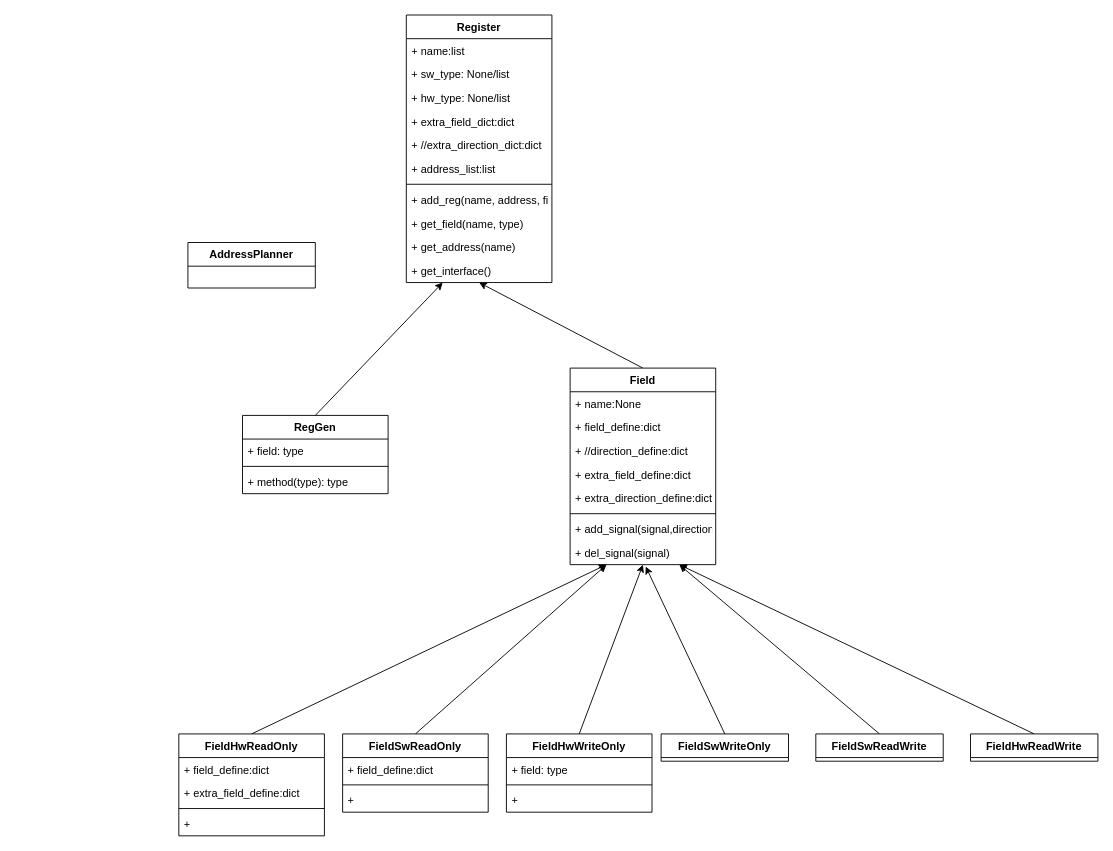
The draw.io diagram doc/uhdl_uml.drawio in fliibs/address_planner, before the edit. Source tidied: cells renumbered, new cells numbered last; positions are measured from the earlier drawing's top-left corner, leaving out a move shared by most shapes. Both pictures are drawn from the tidied source at 91%, with x=0, y=0 at pixel (178, 15).
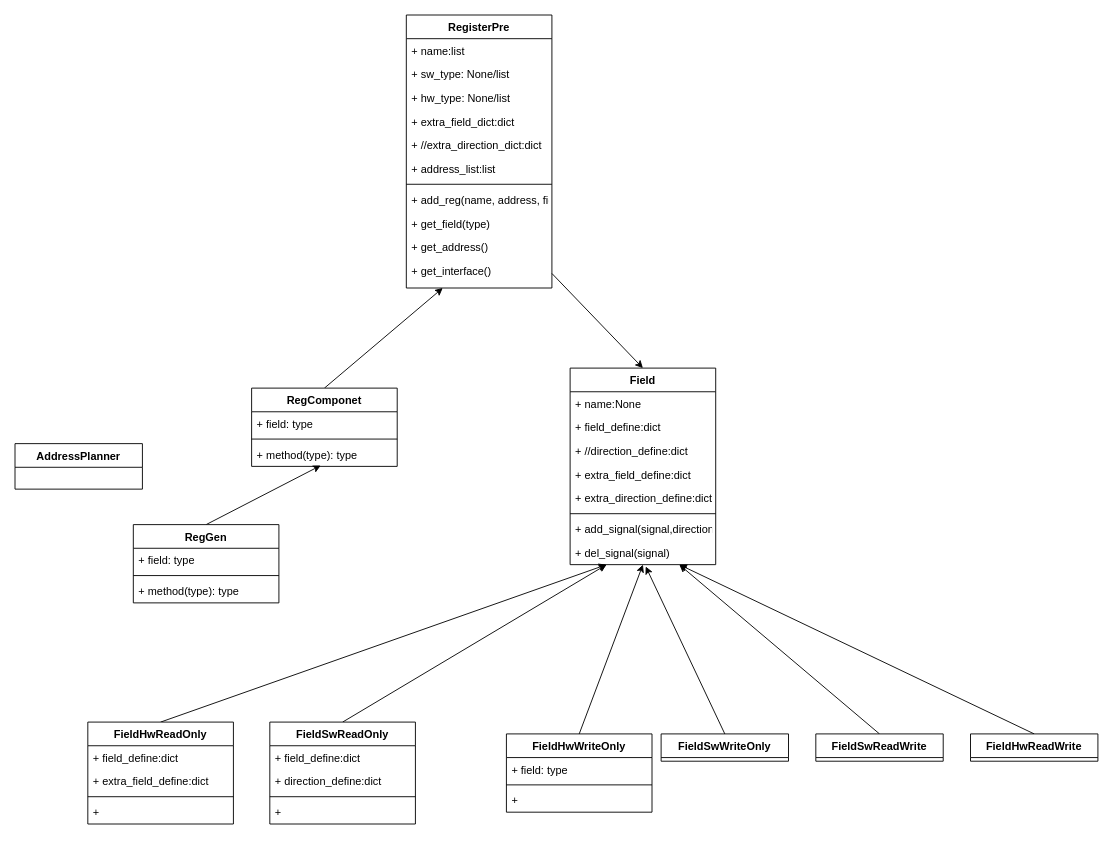
The same diagram, later.

Commit message:
uhdl_uml add component

The change refers to these unchanged cells:
```xml
<mxCell id="3" value="Field" style="swimlane;fontStyle=1;align=center;verticalAlign=top;horizontal=1;startSize=26;" parent="1" vertex="1">
  <mxGeometry x="430" y="388" width="160" height="216" as="geometry" />
</mxCell>
<mxCell id="51" value="+ method(type): type" style="text;strokeColor=none;fillColor=none;align=left;verticalAlign=top;spacingLeft=4;spacingRight=4;overflow=hidden;points=[[0,0.5],[1,0.5]];portConstraint=eastwest;" parent="48" vertex="1">
  <mxGeometry y="60" width="160" height="26" as="geometry" />
</mxCell>
```

The edit, as a diff of the source:
```diff
@@
-    <mxCell id="2" style="edgeStyle=none;html=1;exitX=0.5;exitY=0;exitDx=0;exitDy=0;entryX=0.5;entryY=1;entryDx=0;entryDy=0;" parent="1" edge="1" source="3" target="35">
-      <mxGeometry relative="1" as="geometry" />
-    </mxCell>
@@
     <mxCell id="12" value="AddressPlanner" style="swimlane;fontStyle=1;align=center;verticalAlign=top;horizontal=1;startSize=26;" parent="1" vertex="1" collapsed="1">
-      <mxGeometry x="10" y="250" width="140" height="50" as="geometry" />
+      <mxGeometry x="-180" y="471" width="140" height="50" as="geometry" />
     </mxCell>
@@
     <mxCell id="14" value="FieldHwReadOnly" style="swimlane;fontStyle=1;align=center;verticalAlign=top;horizontal=1;startSize=26;" parent="1" vertex="1">
-      <mxGeometry y="790" width="160" height="112" as="geometry" />
+      <mxGeometry x="-100" y="777" width="160" height="112" as="geometry" />
     </mxCell>
@@
     <mxCell id="31" value="FieldSwReadOnly" style="swimlane;fontStyle=1;align=center;verticalAlign=top;horizontal=1;startSize=26;" parent="1" vertex="1">
-      <mxGeometry x="180" y="790" width="160" height="86" as="geometry" />
+      <mxGeometry x="100" y="777" width="160" height="112" as="geometry" />
     </mxCell>
-    <mxCell id="32" value="+ field_define:dict&#10;" style="text;strokeColor=none;fillColor=none;align=left;verticalAlign=top;spacingLeft=4;spacingRight=4;overflow=hidden;" parent="31" vertex="1">
+    <mxCell id="32" value="+ field_define:dict&#10;&#10;" style="text;strokeColor=none;fillColor=none;align=left;verticalAlign=top;spacingLeft=4;spacingRight=4;overflow=hidden;" parent="31" vertex="1">
       <mxGeometry y="26" width="160" height="26" as="geometry" />
     </mxCell>
+    <mxCell id="52" value="+ direction_define:dict&#10;&#10;" style="text;strokeColor=none;fillColor=none;align=left;verticalAlign=top;spacingLeft=4;spacingRight=4;overflow=hidden;" parent="31" vertex="1">
+      <mxGeometry y="52" width="160" height="26" as="geometry" />
+    </mxCell>
     <mxCell id="33" style="line;strokeWidth=1;fillColor=none;align=left;verticalAlign=middle;spacingTop=-1;spacingLeft=3;spacingRight=3;labelPosition=right;strokeColor=inherit;" parent="31" vertex="1">
-      <mxGeometry y="52" width="160" height="8" as="geometry" />
+      <mxGeometry y="78" width="160" height="8" as="geometry" />
     </mxCell>
     <mxCell id="34" value="+ " style="text;strokeColor=none;fillColor=none;align=left;verticalAlign=top;spacingLeft=4;spacingRight=4;overflow=hidden;" parent="31" vertex="1">
-      <mxGeometry y="60" width="160" height="26" as="geometry" />
+      <mxGeometry y="86" width="160" height="26" as="geometry" />
     </mxCell>
-    <mxCell id="35" value="Register" style="swimlane;fontStyle=1;align=center;verticalAlign=top;horizontal=1;startSize=26;" parent="1" vertex="1">
-      <mxGeometry x="250" width="160" height="294" as="geometry" />
+    <mxCell id="35" value="RegisterPre" style="swimlane;fontStyle=1;align=center;verticalAlign=top;horizontal=1;startSize=26;" parent="1" vertex="1">
+      <mxGeometry x="250" width="160" height="300" as="geometry" />
     </mxCell>
@@
-    <mxCell id="44" value="+ get_field(name, type)" style="text;strokeColor=none;fillColor=none;align=left;verticalAlign=top;spacingLeft=4;spacingRight=4;overflow=hidden;" parent="35" vertex="1">
+    <mxCell id="44" value="+ get_field(type)" style="text;strokeColor=none;fillColor=none;align=left;verticalAlign=top;spacingLeft=4;spacingRight=4;overflow=hidden;" parent="35" vertex="1">
       <mxGeometry y="216" width="160" height="26" as="geometry" />
     </mxCell>
-    <mxCell id="45" value="+ get_address(name)&#10;" style="text;strokeColor=none;fillColor=none;align=left;verticalAlign=top;spacingLeft=4;spacingRight=4;overflow=hidden;" parent="35" vertex="1">
+    <mxCell id="45" value="+ get_address()&#10;" style="text;strokeColor=none;fillColor=none;align=left;verticalAlign=top;spacingLeft=4;spacingRight=4;overflow=hidden;" parent="35" vertex="1">
       <mxGeometry y="242" width="160" height="26" as="geometry" />
     </mxCell>
     <mxCell id="46" value="+ get_interface()" style="text;strokeColor=none;fillColor=none;align=left;verticalAlign=top;spacingLeft=4;spacingRight=4;overflow=hidden;points=[[0,0.5],[1,0.5]];portConstraint=eastwest;" parent="35" vertex="1">
-      <mxGeometry y="268" width="160" height="26" as="geometry" />
+      <mxGeometry y="268" width="160" height="32" as="geometry" />
     </mxCell>
@@
-    <mxCell id="48" value="RegGen" style="swimlane;fontStyle=1;align=center;verticalAlign=top;horizontal=1;startSize=26;" parent="1" vertex="1">
-      <mxGeometry x="70" y="440" width="160" height="86" as="geometry" />
+    <mxCell id="48" value="RegComponet" style="swimlane;fontStyle=1;align=center;verticalAlign=top;horizontal=1;startSize=26;" parent="1" vertex="1">
+      <mxGeometry x="80" y="410" width="160" height="86" as="geometry" />
     </mxCell>
@@
+    <mxCell id="53" style="edgeStyle=none;html=1;exitX=1;exitY=0.5;exitDx=0;exitDy=0;entryX=0.5;entryY=0;entryDx=0;entryDy=0;" parent="1" edge="1" source="46" target="3">
+      <mxGeometry relative="1" as="geometry" />
+    </mxCell>
+    <mxCell id="54" style="edgeStyle=none;html=1;exitX=0.5;exitY=0;exitDx=0;exitDy=0;entryX=0.475;entryY=0.962;entryDx=0;entryDy=0;entryPerimeter=0;" parent="1" edge="1" source="55" target="51">
+      <mxGeometry relative="1" as="geometry" />
+    </mxCell>
+    <mxCell id="55" value="RegGen" style="swimlane;fontStyle=1;align=center;verticalAlign=top;horizontal=1;startSize=26;" parent="1" vertex="1">
+      <mxGeometry x="-50" y="560" width="160" height="86" as="geometry" />
+    </mxCell>
+    <mxCell id="56" value="+ field: type" style="text;strokeColor=none;fillColor=none;align=left;verticalAlign=top;spacingLeft=4;spacingRight=4;overflow=hidden;" parent="55" vertex="1">
+      <mxGeometry y="26" width="160" height="26" as="geometry" />
+    </mxCell>
+    <mxCell id="57" style="line;strokeWidth=1;fillColor=none;align=left;verticalAlign=middle;spacingTop=-1;spacingLeft=3;spacingRight=3;labelPosition=right;strokeColor=inherit;" parent="55" vertex="1">
+      <mxGeometry y="52" width="160" height="8" as="geometry" />
+    </mxCell>
+    <mxCell id="58" value="+ method(type): type" style="text;strokeColor=none;fillColor=none;align=left;verticalAlign=top;spacingLeft=4;spacingRight=4;overflow=hidden;" parent="55" vertex="1">
+      <mxGeometry y="60" width="160" height="26" as="geometry" />
+    </mxCell>
```
